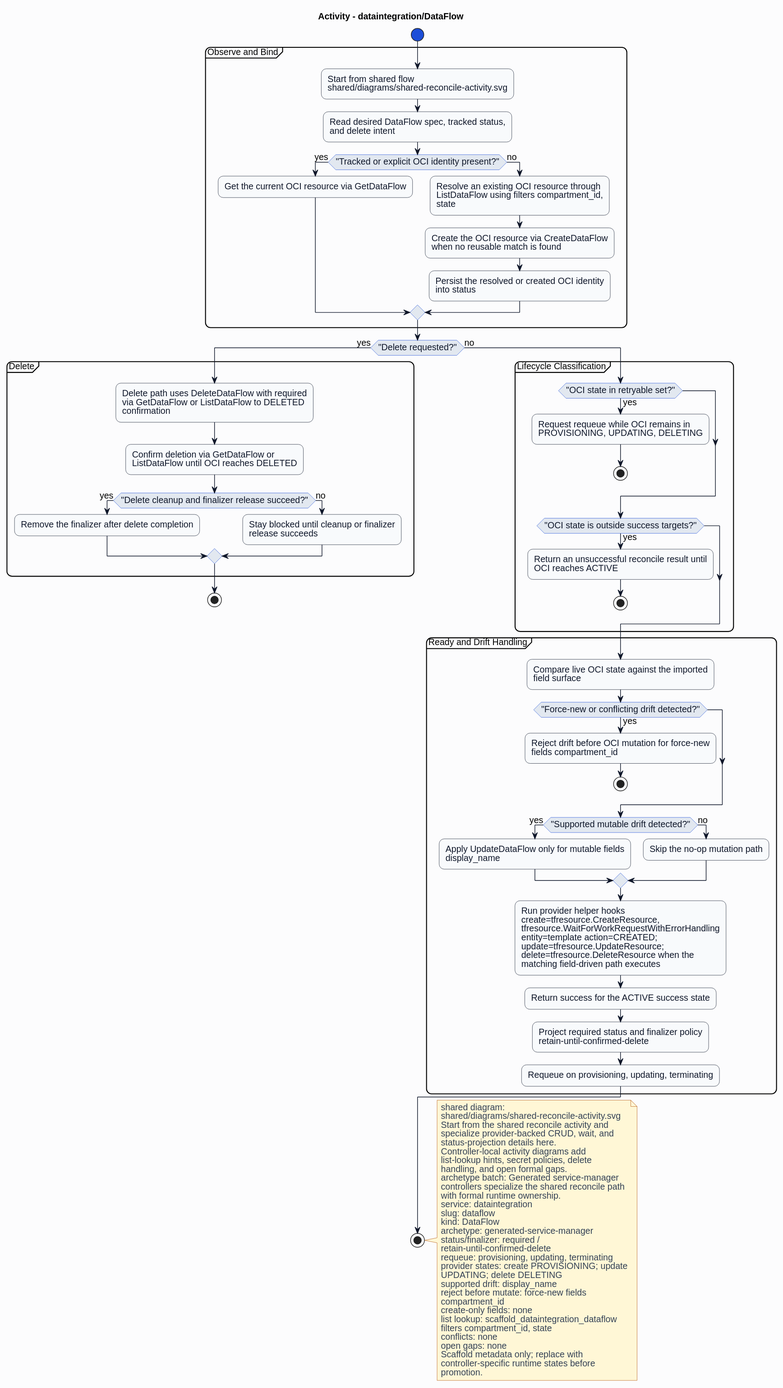
Above: formal/controllers/dataintegration/dataflow/diagrams/activity.svg in HaoyL666/oci-service-operator (PlantUML), before the change. Source of this version:
```plantuml
@startuml
skinparam shadowing false
skinparam backgroundColor #fcfcfd
skinparam defaultFontName Helvetica
skinparam defaultFontSize 14
skinparam arrowColor #0f172a
skinparam noteBackgroundColor #fff7d6
skinparam noteBorderColor #b45309
skinparam noteFontColor #334155
skinparam roundcorner 16
title Activity - dataintegration/DataFlow
skinparam activity {
  backgroundColor #f8fafc
  borderColor #0f172a
  fontColor #0f172a
  diamondBackgroundColor #e2e8f0
  diamondBorderColor #1d4ed8
  diamondFontColor #0f172a
  startColor #1d4ed8
  endColor #0f172a
  barColor #1d4ed8
}
start
partition "Observe and Bind" {
:Start from shared flow\nshared/diagrams/shared-reconcile-activity.svg;
:Read desired DataFlow spec, tracked status,\nand delete intent;
if ("Tracked or explicit OCI identity present?") then (yes)
:Get the current OCI resource via GetDataFlow;
else (no)
:Resolve an existing OCI resource through\nListDataFlow using filters compartment_id,\nstate;
:Create the OCI resource via CreateDataFlow\nwhen no reusable match is found;
:Persist the resolved or created OCI identity\ninto status;
endif
}
if ("Delete requested?") then (yes)
partition "Delete" {
:Delete path uses DeleteDataFlow with required\nvia GetDataFlow or ListDataFlow to DELETED\nconfirmation;
:Confirm deletion via GetDataFlow or\nListDataFlow until OCI reaches DELETED;
if ("Delete cleanup and finalizer release succeed?") then (yes)
:Remove the finalizer after delete completion;
else (no)
:Stay blocked until cleanup or finalizer\nrelease succeeds;
endif
}
stop
else (no)
partition "Lifecycle Classification" {
if ("OCI state in retryable set?") then (yes)
:Request requeue while OCI remains in\nPROVISIONING, UPDATING, DELETING;
stop
endif
if ("OCI state is outside success targets?") then (yes)
:Return an unsuccessful reconcile result until\nOCI reaches ACTIVE;
stop
endif
}
partition "Ready and Drift Handling" {
:Compare live OCI state against the imported\nfield surface;
if ("Force-new or conflicting drift detected?") then (yes)
:Reject drift before OCI mutation for force-new\nfields compartment_id;
stop
endif
if ("Supported mutable drift detected?") then (yes)
:Apply UpdateDataFlow only for mutable fields\ndisplay_name;
else (no)
:Skip the no-op mutation path;
endif
:Run provider helper hooks\ncreate=tfresource.CreateResource,\ntfresource.WaitForWorkRequestWithErrorHandling\nentity=template action=CREATED;\nupdate=tfresource.UpdateResource;\ndelete=tfresource.DeleteResource when the\nmatching field-driven path executes;
:Return success for the ACTIVE success state;
:Project required status and finalizer policy\nretain-until-confirmed-delete;
:Requeue on provisioning, updating, terminating;
}
endif
stop
note right
shared diagram:
shared/diagrams/shared-reconcile-activity.svg
Start from the shared reconcile activity and
specialize provider-backed CRUD, wait, and
status-projection details here.
Controller-local activity diagrams add
list-lookup hints, secret policies, delete
handling, and open formal gaps.
archetype batch: Generated service-manager
controllers specialize the shared reconcile path
with formal runtime ownership.
service: dataintegration
slug: dataflow
kind: DataFlow
archetype: generated-service-manager
status/finalizer: required /
retain-until-confirmed-delete
requeue: provisioning, updating, terminating
provider states: create PROVISIONING; update
UPDATING; delete DELETING
supported drift: display_name
reject before mutate: force-new fields
compartment_id
create-only fields: none
list lookup: scaffold_dataintegration_dataflow
filters compartment_id, state
conflicts: none
open gaps: none
Scaffold metadata only; replace with
controller-specific runtime states before
promotion.
end note
@enduml
```
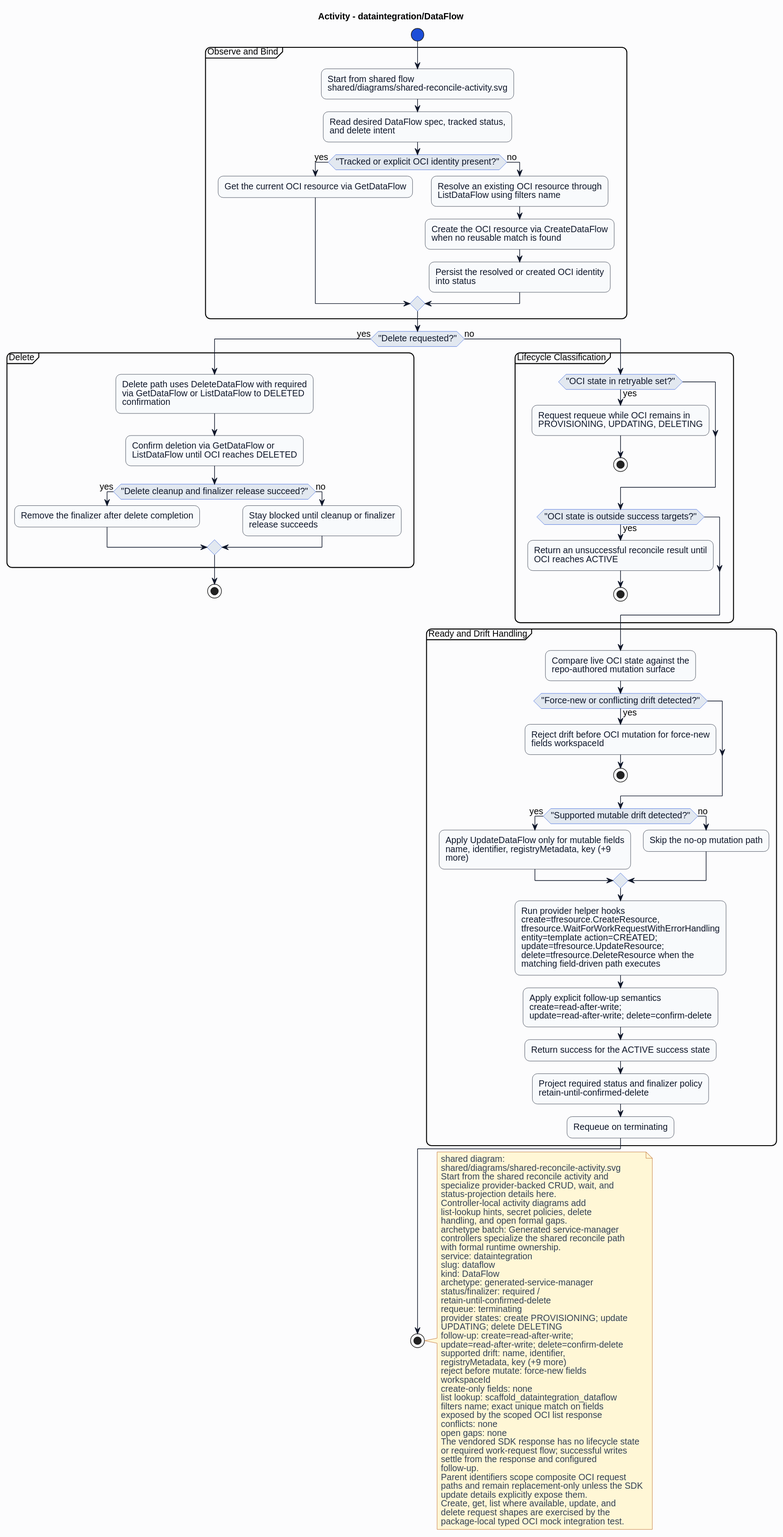
The same diagram one commit later.

Diff of the diagram source:
```diff
@@ -27,7 +27,7 @@
 if ("Tracked or explicit OCI identity present?") then (yes)
 :Get the current OCI resource via GetDataFlow;
 else (no)
-:Resolve an existing OCI resource through\nListDataFlow using filters compartment_id,\nstate;
+:Resolve an existing OCI resource through\nListDataFlow using filters name;
 :Create the OCI resource via CreateDataFlow\nwhen no reusable match is found;
 :Persist the resolved or created OCI identity\ninto status;
 endif
@@ -55,20 +55,21 @@
 endif
 }
 partition "Ready and Drift Handling" {
-:Compare live OCI state against the imported\nfield surface;
+:Compare live OCI state against the\nrepo-authored mutation surface;
 if ("Force-new or conflicting drift detected?") then (yes)
-:Reject drift before OCI mutation for force-new\nfields compartment_id;
+:Reject drift before OCI mutation for force-new\nfields workspaceId;
 stop
 endif
 if ("Supported mutable drift detected?") then (yes)
-:Apply UpdateDataFlow only for mutable fields\ndisplay_name;
+:Apply UpdateDataFlow only for mutable fields\nname, identifier, registryMetadata, key (+9\nmore);
 else (no)
 :Skip the no-op mutation path;
 endif
 :Run provider helper hooks\ncreate=tfresource.CreateResource,\ntfresource.WaitForWorkRequestWithErrorHandling\nentity=template action=CREATED;\nupdate=tfresource.UpdateResource;\ndelete=tfresource.DeleteResource when the\nmatching field-driven path executes;
+:Apply explicit follow-up semantics\ncreate=read-after-write;\nupdate=read-after-write; delete=confirm-delete;
 :Return success for the ACTIVE success state;
 :Project required status and finalizer policy\nretain-until-confirmed-delete;
-:Requeue on provisioning, updating, terminating;
+:Requeue on terminating;
 }
 endif
 stop
@@ -90,19 +91,30 @@
 archetype: generated-service-manager
 status/finalizer: required /
 retain-until-confirmed-delete
-requeue: provisioning, updating, terminating
+requeue: terminating
 provider states: create PROVISIONING; update
 UPDATING; delete DELETING
-supported drift: display_name
+follow-up: create=read-after-write;
+update=read-after-write; delete=confirm-delete
+supported drift: name, identifier,
+registryMetadata, key (+9 more)
 reject before mutate: force-new fields
-compartment_id
+workspaceId
 create-only fields: none
 list lookup: scaffold_dataintegration_dataflow
-filters compartment_id, state
+filters name; exact unique match on fields
+exposed by the scoped OCI list response
 conflicts: none
 open gaps: none
-Scaffold metadata only; replace with
-controller-specific runtime states before
-promotion.
+The vendored SDK response has no lifecycle state
+or required work-request flow; successful writes
+settle from the response and configured
+follow-up.
+Parent identifiers scope composite OCI request
+paths and remain replacement-only unless the SDK
+update details explicitly expose them.
+Create, get, list where available, update, and
+delete request shapes are exercised by the
+package-local typed OCI mock integration test.
 end note
 @enduml
```
